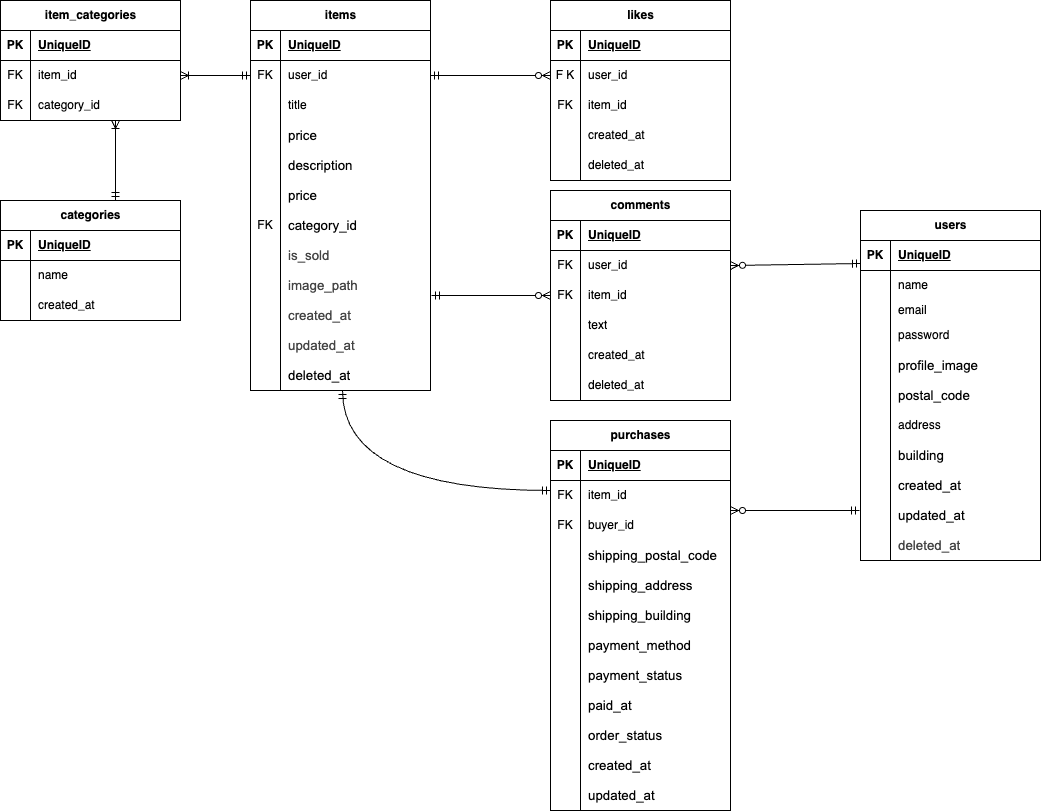
yoko-bessho/flea-market-app keeps this draw.io diagram as index.drawio.png. Above is the earlier version. Source tidied: cells renumbered, new cells last; positions are measured from the earlier drawing's top-left corner, leaving out a move shared by most shapes.
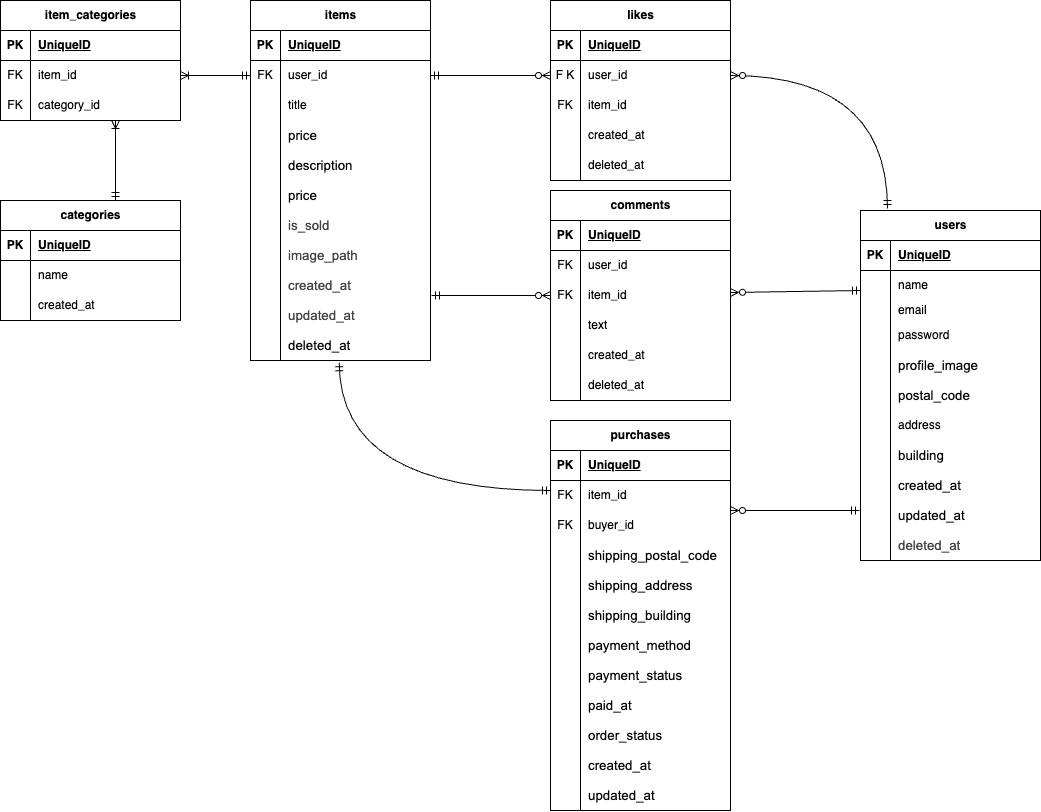
After the commit.

Change to the diagram source:
```diff
@@ -1,9 +1,9 @@
-<mxGraphModel>
+<mxGraphModel background="#ffffff">
   <root>
     <mxCell id="0" />
     <mxCell id="1" parent="0" />
     <mxCell id="2" value="items" style="shape=table;startSize=30;rowLines=0;fontStyle=1;align=center;html=1;" parent="1" vertex="1">
-      <mxGeometry x="250" width="180" height="390" as="geometry" />
+      <mxGeometry x="250" width="180" height="360" as="geometry" />
     </mxCell>
     <mxCell id="3" style="shape=tableRow;horizontal=0;startSize=0;swimlaneHead=0;swimlaneBody=0;fillColor=none;top=0;left=0;right=0;bottom=1;" parent="2" vertex="1">
       <mxGeometry y="30" width="180" height="30" as="geometry" />
@@ -59,17 +59,8 @@
     <mxCell id="20" value="&lt;span style=&quot;color: rgb(0, 0, 0); font-size: 10pt; font-family: Arial;&quot;&gt;price&lt;/span&gt;" style="shape=partialRectangle;fillColor=none;top=0;left=0;bottom=0;right=0;align=left;spacingLeft=6;overflow=hidden;whiteSpace=wrap;html=1;" parent="18" vertex="1">
       <mxGeometry x="30" width="150" height="30" as="geometry" />
     </mxCell>
-    <mxCell id="21" style="shape=tableRow;horizontal=0;startSize=0;swimlaneHead=0;swimlaneBody=0;fillColor=none;top=0;left=0;right=0;bottom=0;" parent="2" vertex="1">
-      <mxGeometry y="210" width="180" height="30" as="geometry" />
-    </mxCell>
-    <mxCell id="22" value="FK" style="shape=partialRectangle;fillColor=none;top=0;left=0;bottom=0;right=0;overflow=hidden;whiteSpace=wrap;html=1;" parent="21" vertex="1">
-      <mxGeometry width="30" height="30" as="geometry" />
-    </mxCell>
-    <mxCell id="23" value="&lt;span style=&quot;color: rgb(0, 0, 0); font-size: 10pt; font-family: Arial;&quot;&gt;category_id&lt;/span&gt;" style="shape=partialRectangle;fillColor=none;top=0;left=0;bottom=0;right=0;align=left;spacingLeft=6;overflow=hidden;whiteSpace=wrap;html=1;" parent="21" vertex="1">
-      <mxGeometry x="30" width="150" height="30" as="geometry" />
-    </mxCell>
     <mxCell id="24" style="shape=tableRow;horizontal=0;startSize=0;swimlaneHead=0;swimlaneBody=0;fillColor=none;top=0;left=0;right=0;bottom=0;" parent="2" vertex="1">
-      <mxGeometry y="240" width="180" height="30" as="geometry" />
+      <mxGeometry y="210" width="180" height="30" as="geometry" />
     </mxCell>
     <mxCell id="25" style="shape=partialRectangle;fillColor=none;top=0;left=0;bottom=0;right=0;overflow=hidden;whiteSpace=wrap;html=1;" parent="24" vertex="1">
       <mxGeometry width="30" height="30" as="geometry" />
@@ -78,7 +69,7 @@
       <mxGeometry x="30" width="150" height="30" as="geometry" />
     </mxCell>
     <mxCell id="27" style="shape=tableRow;horizontal=0;startSize=0;swimlaneHead=0;swimlaneBody=0;fillColor=none;top=0;left=0;right=0;bottom=0;" parent="2" vertex="1">
-      <mxGeometry y="270" width="180" height="30" as="geometry" />
+      <mxGeometry y="240" width="180" height="30" as="geometry" />
     </mxCell>
     <mxCell id="28" style="shape=partialRectangle;fillColor=none;top=0;left=0;bottom=0;right=0;overflow=hidden;whiteSpace=wrap;html=1;" parent="27" vertex="1">
       <mxGeometry width="30" height="30" as="geometry" />
@@ -87,7 +78,7 @@
       <mxGeometry x="30" width="150" height="30" as="geometry" />
     </mxCell>
     <mxCell id="30" style="shape=tableRow;horizontal=0;startSize=0;swimlaneHead=0;swimlaneBody=0;fillColor=none;top=0;left=0;right=0;bottom=0;" parent="2" vertex="1">
-      <mxGeometry y="300" width="180" height="30" as="geometry" />
+      <mxGeometry y="270" width="180" height="30" as="geometry" />
     </mxCell>
     <mxCell id="31" style="shape=partialRectangle;fillColor=none;top=0;left=0;bottom=0;right=0;overflow=hidden;whiteSpace=wrap;html=1;" parent="30" vertex="1">
       <mxGeometry width="30" height="30" as="geometry" />
@@ -96,7 +87,7 @@
       <mxGeometry x="30" width="150" height="30" as="geometry" />
     </mxCell>
     <mxCell id="33" style="shape=tableRow;horizontal=0;startSize=0;swimlaneHead=0;swimlaneBody=0;fillColor=none;top=0;left=0;right=0;bottom=0;" parent="2" vertex="1">
-      <mxGeometry y="330" width="180" height="30" as="geometry" />
+      <mxGeometry y="300" width="180" height="30" as="geometry" />
     </mxCell>
     <mxCell id="34" style="shape=partialRectangle;fillColor=none;top=0;left=0;bottom=0;right=0;overflow=hidden;whiteSpace=wrap;html=1;" parent="33" vertex="1">
       <mxGeometry width="30" height="30" as="geometry" />
@@ -105,7 +96,7 @@
       <mxGeometry x="30" width="150" height="30" as="geometry" />
     </mxCell>
     <mxCell id="36" style="shape=tableRow;horizontal=0;startSize=0;swimlaneHead=0;swimlaneBody=0;fillColor=none;points=[[0,0.5],[1,0.5]];portConstraint=eastwest;top=0;left=0;right=0;bottom=0;" parent="2" vertex="1">
-      <mxGeometry y="360" width="180" height="30" as="geometry" />
+      <mxGeometry y="330" width="180" height="30" as="geometry" />
     </mxCell>
     <mxCell id="37" style="shape=partialRectangle;fillColor=none;top=0;left=0;bottom=0;right=0;overflow=hidden;whiteSpace=wrap;html=1;" parent="36" vertex="1">
       <mxGeometry width="30" height="30" as="geometry" />
@@ -491,8 +482,11 @@
     <mxCell id="164" value="&lt;span style=&quot;font-size: 10pt; font-family: Arial; color: rgb(67, 67, 67);&quot;&gt;deleted_at&lt;/span&gt;" style="shape=partialRectangle;fillColor=none;top=0;left=0;bottom=0;right=0;align=left;spacingLeft=6;overflow=hidden;whiteSpace=wrap;html=1;" parent="162" vertex="1">
       <mxGeometry x="30" width="150" height="30" as="geometry" />
     </mxCell>
-    <mxCell id="165" style="fontSize=12;html=1;endArrow=ERzeroToMany;startArrow=ERmandOne;exitX=0;exitY=0.767;exitDx=0;exitDy=0;exitPerimeter=0;entryX=1;entryY=0.5;entryDx=0;entryDy=0;" parent="1" edge="1" source="132" target="80">
-      <mxGeometry relative="1" as="geometry" />
+    <mxCell id="165" style="fontSize=12;html=1;endArrow=ERzeroToMany;startArrow=ERmandOne;exitX=0;exitY=0.767;exitDx=0;exitDy=0;exitPerimeter=0;entryX=1;entryY=0.5;entryDx=0;entryDy=0;" parent="1" edge="1">
+      <mxGeometry relative="1" as="geometry">
+        <mxPoint x="860" y="290" as="sourcePoint" />
+        <mxPoint x="730" y="292" as="targetPoint" />
+      </mxGeometry>
     </mxCell>
     <mxCell id="166" style="fontSize=12;html=1;endArrow=ERzeroToMany;startArrow=ERmandOne;" parent="1" edge="1">
       <mxGeometry relative="1" as="geometry">
@@ -508,13 +502,11 @@
     <mxCell id="168" style="fontSize=12;html=1;endArrow=ERzeroToMany;startArrow=ERmandOne;exitX=1;exitY=0.5;exitDx=0;exitDy=0;entryX=0;entryY=0.5;entryDx=0;entryDy=0;" parent="1" edge="1" source="6" target="99">
       <mxGeometry relative="1" as="geometry" />
     </mxCell>
-    <mxCell id="169" style="edgeStyle=orthogonalEdgeStyle;fontSize=12;html=1;endArrow=ERmandOne;startArrow=ERmandOne;curved=1;" parent="1" edge="1">
+    <mxCell id="169" style="edgeStyle=orthogonalEdgeStyle;fontSize=12;html=1;endArrow=ERmandOne;startArrow=ERmandOne;curved=1;exitX=0.493;exitY=1.071;exitDx=0;exitDy=0;exitPerimeter=0;" parent="1" edge="1" source="36">
       <mxGeometry relative="1" as="geometry">
-        <mxPoint x="342" y="390" as="sourcePoint" />
         <mxPoint x="550" y="490" as="targetPoint" />
         <Array as="points">
-          <mxPoint x="342" y="490" />
-          <mxPoint x="550" y="490" />
+          <mxPoint x="339" y="490" />
         </Array>
       </mxGeometry>
     </mxCell>
@@ -529,5 +521,8 @@
         <mxPoint x="180" y="75" as="targetPoint" />
       </mxGeometry>
     </mxCell>
+    <mxCell id="172" style="fontSize=12;html=1;endArrow=ERzeroToMany;startArrow=ERmandOne;exitX=0.15;exitY=-0.006;exitDx=0;exitDy=0;exitPerimeter=0;entryX=1;entryY=0.5;entryDx=0;entryDy=0;edgeStyle=orthogonalEdgeStyle;curved=1;" parent="1" edge="1" source="131" target="99">
+      <mxGeometry relative="1" as="geometry" />
+    </mxCell>
   </root>
 </mxGraphModel>
```
